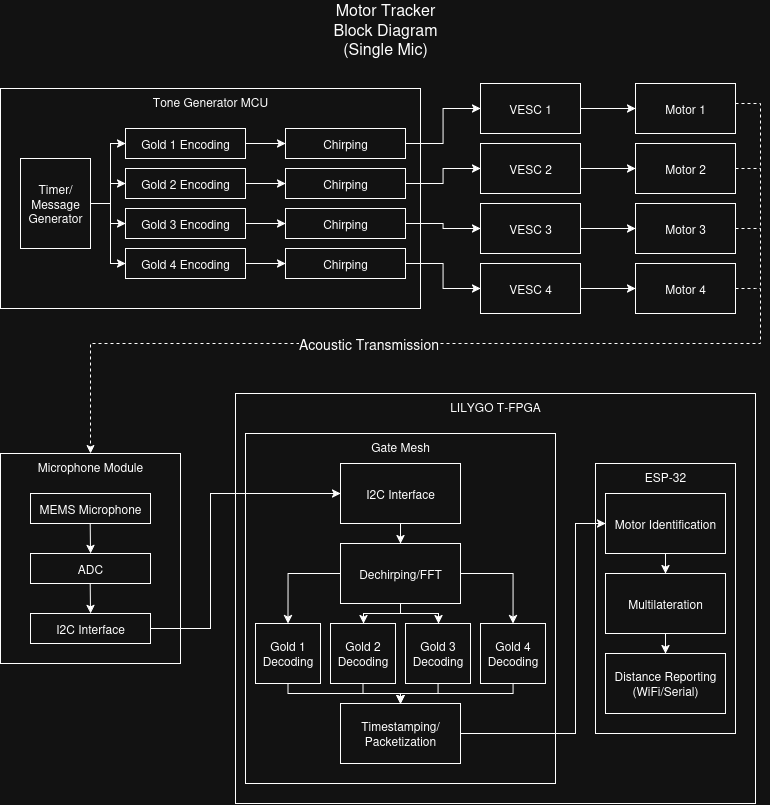
The draw.io diagram single-mic.drawio.png in dakotawinslow/motor-tracking, before a commit. Source tidied: cells renumbered, new cells last; positions are measured from the earlier drawing's top-left corner, leaving out a move shared by most shapes.
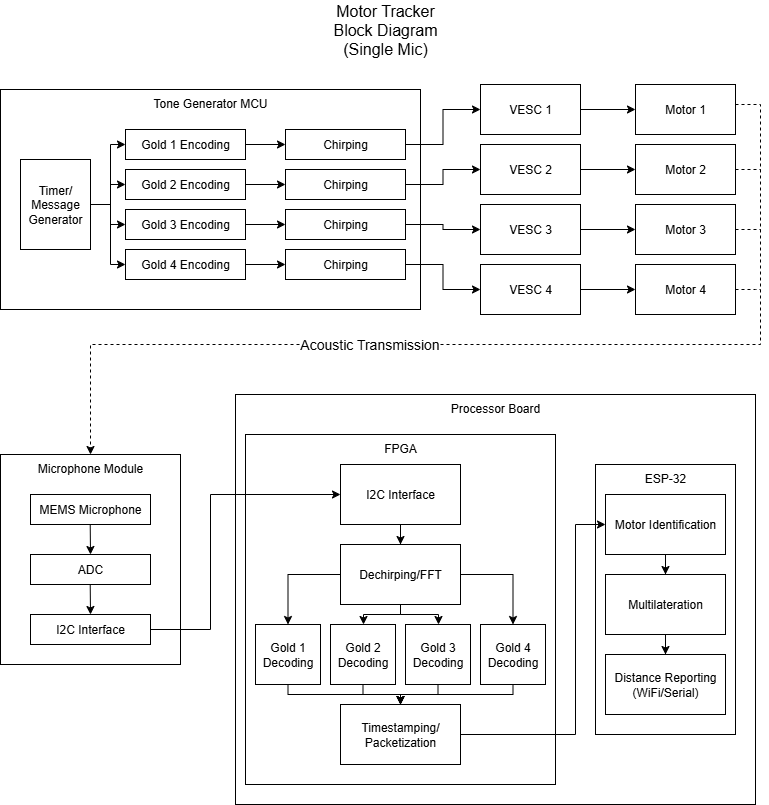
After the change.

The edit, as a diff of the source:
```diff
@@ -2,7 +2,7 @@
   <root>
     <mxCell id="0" />
     <mxCell id="1" parent="0" />
-    <mxCell id="2" value="LILYGO T-FPGA" style="rounded=0;whiteSpace=wrap;html=1;verticalAlign=top;" parent="1" vertex="1">
+    <mxCell id="2" value="Processor Board" style="rounded=0;whiteSpace=wrap;html=1;verticalAlign=top;" parent="1" vertex="1">
       <mxGeometry x="235" y="380" width="520" height="410" as="geometry" />
     </mxCell>
     <mxCell id="3" value="Motor Tracker Block Diagram (Single Mic)" style="text;html=1;align=center;verticalAlign=middle;whiteSpace=wrap;rounded=0;fontSize=16;" parent="1" vertex="1">
@@ -22,7 +22,7 @@
         <mxPoint x="89.7" y="510" as="sourcePoint" />
       </mxGeometry>
     </mxCell>
-    <mxCell id="8" value="Gate Mesh" style="rounded=0;whiteSpace=wrap;html=1;verticalAlign=top;" parent="1" vertex="1">
+    <mxCell id="8" value="FPGA" style="rounded=0;whiteSpace=wrap;html=1;verticalAlign=top;" parent="1" vertex="1">
       <mxGeometry x="245" y="420" width="310" height="350" as="geometry" />
     </mxCell>
     <mxCell id="9" style="edgeStyle=orthogonalEdgeStyle;rounded=0;jettySize=auto;html=1;entryX=0;entryY=0.5;entryDx=0;entryDy=0;" parent="1" edge="1" source="10" target="13">
@@ -100,7 +100,7 @@
         </Array>
       </mxGeometry>
     </mxCell>
-    <mxCell id="25" value="&lt;div&gt;Timestamping/Packetization&lt;/div&gt;" style="rounded=0;whiteSpace=wrap;html=1;" parent="1" vertex="1">
+    <mxCell id="25" value="&lt;div&gt;Timestamping/&lt;/div&gt;&lt;div&gt;Packetization&lt;/div&gt;" style="rounded=0;whiteSpace=wrap;html=1;" parent="1" vertex="1">
       <mxGeometry x="340" y="690" width="120" height="60" as="geometry" />
     </mxCell>
     <mxCell id="26" style="edgeStyle=orthogonalEdgeStyle;rounded=0;jettySize=auto;html=1;" parent="1" edge="1" source="27" target="28">
@@ -160,7 +160,7 @@
     <mxCell id="39" style="edgeStyle=orthogonalEdgeStyle;rounded=0;jettySize=auto;html=1;entryX=0;entryY=0.5;entryDx=0;entryDy=0;" parent="1" edge="1" source="40" target="48">
       <mxGeometry relative="1" as="geometry" />
     </mxCell>
-    <mxCell id="40" value="Timer/Message Generator" style="rounded=0;whiteSpace=wrap;html=1;" parent="1" vertex="1">
+    <mxCell id="40" value="Timer/&lt;div&gt;Message Generator&lt;/div&gt;" style="rounded=0;whiteSpace=wrap;html=1;" parent="1" vertex="1">
       <mxGeometry x="20" y="145" width="70" height="90" as="geometry" />
     </mxCell>
     <mxCell id="41" style="edgeStyle=orthogonalEdgeStyle;rounded=0;jettySize=auto;html=1;" parent="1" edge="1" source="42" target="50">
```
